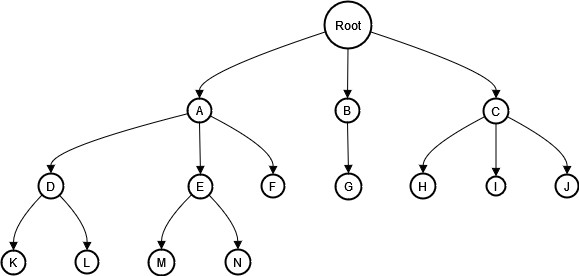
The draw.io diagram figs/trie.png in gaurav5-5/DSA-project-23, before a commit. Source tidied: cells renumbered, new cells last; positions are measured from the earlier drawing's top-left corner, leaving out a move shared by most shapes.
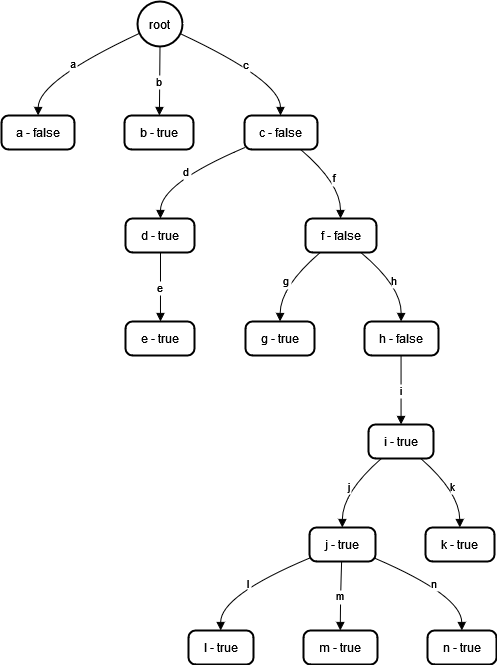
After the change.

What changed in the source:
```diff
@@ -2,130 +2,134 @@
   <root>
     <mxCell id="0" />
     <mxCell id="1" parent="0" />
-    <mxCell id="2" value="Root" style="ellipse;strokeWidth=2;whiteSpace=wrap;" parent="1" vertex="1">
-      <mxGeometry x="323" width="47" height="47" as="geometry" />
+    <mxCell id="2" value="root" style="ellipse;strokeWidth=2;whiteSpace=wrap;" parent="1" vertex="1">
+      <mxGeometry x="136" width="45" height="45" as="geometry" />
     </mxCell>
-    <mxCell id="3" value="A" style="ellipse;strokeWidth=2;whiteSpace=wrap;" parent="1" vertex="1">
-      <mxGeometry x="186" y="97" width="24" height="24" as="geometry" />
+    <mxCell id="3" value="a - false" style="rounded=1;absoluteArcSize=1;arcSize=14;whiteSpace=wrap;strokeWidth=2;" parent="1" vertex="1">
+      <mxGeometry y="114" width="73" height="34" as="geometry" />
     </mxCell>
-    <mxCell id="4" value="B" style="ellipse;strokeWidth=2;whiteSpace=wrap;" parent="1" vertex="1">
-      <mxGeometry x="334" y="97" width="24" height="24" as="geometry" />
+    <mxCell id="4" value="b - true" style="rounded=1;absoluteArcSize=1;arcSize=14;whiteSpace=wrap;strokeWidth=2;" parent="1" vertex="1">
+      <mxGeometry x="123" y="114" width="69" height="34" as="geometry" />
     </mxCell>
-    <mxCell id="5" value="C" style="ellipse;strokeWidth=2;whiteSpace=wrap;" parent="1" vertex="1">
-      <mxGeometry x="482" y="97" width="25" height="25" as="geometry" />
+    <mxCell id="5" value="c - false" style="rounded=1;absoluteArcSize=1;arcSize=14;whiteSpace=wrap;strokeWidth=2;" parent="1" vertex="1">
+      <mxGeometry x="243" y="114" width="73" height="34" as="geometry" />
     </mxCell>
-    <mxCell id="6" value="D" style="ellipse;strokeWidth=2;whiteSpace=wrap;" parent="1" vertex="1">
-      <mxGeometry x="37" y="172" width="25" height="25" as="geometry" />
+    <mxCell id="6" value="d - true" style="rounded=1;absoluteArcSize=1;arcSize=14;whiteSpace=wrap;strokeWidth=2;" parent="1" vertex="1">
+      <mxGeometry x="124" y="217" width="69" height="34" as="geometry" />
     </mxCell>
-    <mxCell id="7" value="E" style="ellipse;strokeWidth=2;whiteSpace=wrap;" parent="1" vertex="1">
-      <mxGeometry x="187" y="173" width="24" height="24" as="geometry" />
+    <mxCell id="7" value="e - true" style="rounded=1;absoluteArcSize=1;arcSize=14;whiteSpace=wrap;strokeWidth=2;" parent="1" vertex="1">
+      <mxGeometry x="124" y="320" width="69" height="34" as="geometry" />
     </mxCell>
-    <mxCell id="8" value="F" style="ellipse;strokeWidth=2;whiteSpace=wrap;" parent="1" vertex="1">
-      <mxGeometry x="260" y="173" width="23" height="23" as="geometry" />
+    <mxCell id="8" value="f - false" style="rounded=1;absoluteArcSize=1;arcSize=14;whiteSpace=wrap;strokeWidth=2;" parent="1" vertex="1">
+      <mxGeometry x="304" y="217" width="71" height="34" as="geometry" />
     </mxCell>
-    <mxCell id="9" value="G" style="ellipse;strokeWidth=2;whiteSpace=wrap;" parent="1" vertex="1">
-      <mxGeometry x="334" y="172" width="26" height="26" as="geometry" />
+    <mxCell id="9" value="g - true" style="rounded=1;absoluteArcSize=1;arcSize=14;whiteSpace=wrap;strokeWidth=2;" parent="1" vertex="1">
+      <mxGeometry x="244" y="320" width="69" height="34" as="geometry" />
     </mxCell>
-    <mxCell id="10" value="H" style="ellipse;strokeWidth=2;whiteSpace=wrap;" parent="1" vertex="1">
-      <mxGeometry x="409" y="172" width="25" height="25" as="geometry" />
+    <mxCell id="10" value="h - false" style="rounded=1;absoluteArcSize=1;arcSize=14;whiteSpace=wrap;strokeWidth=2;" parent="1" vertex="1">
+      <mxGeometry x="363" y="320" width="74" height="34" as="geometry" />
     </mxCell>
-    <mxCell id="11" value="I" style="ellipse;strokeWidth=2;whiteSpace=wrap;" parent="1" vertex="1">
-      <mxGeometry x="485" y="175" width="19" height="19" as="geometry" />
+    <mxCell id="11" value="i - true" style="rounded=1;absoluteArcSize=1;arcSize=14;whiteSpace=wrap;strokeWidth=2;" parent="1" vertex="1">
+      <mxGeometry x="367" y="423" width="65" height="34" as="geometry" />
     </mxCell>
-    <mxCell id="12" value="J" style="ellipse;strokeWidth=2;whiteSpace=wrap;" parent="1" vertex="1">
-      <mxGeometry x="554" y="173" width="23" height="23" as="geometry" />
+    <mxCell id="12" value="j - true" style="rounded=1;absoluteArcSize=1;arcSize=14;whiteSpace=wrap;strokeWidth=2;" parent="1" vertex="1">
+      <mxGeometry x="308" y="526" width="66" height="34" as="geometry" />
     </mxCell>
-    <mxCell id="13" value="K" style="ellipse;strokeWidth=2;whiteSpace=wrap;" parent="1" vertex="1">
-      <mxGeometry y="249" width="24" height="24" as="geometry" />
+    <mxCell id="13" value="k - true" style="rounded=1;absoluteArcSize=1;arcSize=14;whiteSpace=wrap;strokeWidth=2;" parent="1" vertex="1">
+      <mxGeometry x="424" y="526" width="69" height="34" as="geometry" />
     </mxCell>
-    <mxCell id="14" value="L" style="ellipse;strokeWidth=2;whiteSpace=wrap;" parent="1" vertex="1">
-      <mxGeometry x="74" y="249" width="23" height="23" as="geometry" />
+    <mxCell id="14" value="l - true" style="rounded=1;absoluteArcSize=1;arcSize=14;whiteSpace=wrap;strokeWidth=2;" parent="1" vertex="1">
+      <mxGeometry x="187" y="629" width="65" height="34" as="geometry" />
     </mxCell>
-    <mxCell id="15" value="M" style="ellipse;strokeWidth=2;whiteSpace=wrap;" parent="1" vertex="1">
-      <mxGeometry x="147" y="248" width="26" height="26" as="geometry" />
+    <mxCell id="15" value="m - true" style="rounded=1;absoluteArcSize=1;arcSize=14;whiteSpace=wrap;strokeWidth=2;" parent="1" vertex="1">
+      <mxGeometry x="302" y="629" width="74" height="34" as="geometry" />
     </mxCell>
-    <mxCell id="16" value="N" style="ellipse;strokeWidth=2;whiteSpace=wrap;" parent="1" vertex="1">
-      <mxGeometry x="224" y="248" width="25" height="25" as="geometry" />
+    <mxCell id="16" value="n - true" style="rounded=1;absoluteArcSize=1;arcSize=14;whiteSpace=wrap;strokeWidth=2;" parent="1" vertex="1">
+      <mxGeometry x="426" y="629" width="69" height="34" as="geometry" />
     </mxCell>
-    <mxCell id="17" style="curved=1;startArrow=none;endArrow=block;exitX=-0.002482282354476604;exitY=0.6666497430196042;entryX=0.5159722765286764;entryY=0.010416666666666666;" parent="1" edge="1" source="2" target="3">
+    <mxCell id="17" value="a" style="curved=1;startArrow=none;endArrow=block;exitX=-0.010185029771592882;exitY=0.730005007417817;entryX=0.5011415873488335;entryY=-0.0078431297751034;" parent="1" edge="1" source="2" target="3">
       <mxGeometry relative="1" as="geometry">
         <Array as="points">
-          <mxPoint x="198" y="72" />
+          <mxPoint x="37" y="79" />
         </Array>
       </mxGeometry>
     </mxCell>
-    <mxCell id="18" style="curved=1;startArrow=none;endArrow=block;exitX=0.4994680830772887;exitY=1.0039007308635306;entryX=0.5197916626930237;entryY=0.018402814865112305;" parent="1" edge="1" source="2" target="4">
+    <mxCell id="18" value="b" style="curved=1;startArrow=none;endArrow=block;exitX=0.4868520100911458;exitY=0.9940740797254775;entryX=0.5059179775956748;entryY=-0.0078431297751034;" parent="1" edge="1" source="2" target="4">
       <mxGeometry relative="1" as="geometry" />
     </mxCell>
-    <mxCell id="19" style="curved=1;startArrow=none;endArrow=block;exitX=1.001418448509054;exitY=0.6666404736880295;entryX=0.5030000114440918;entryY=0.0073333740234375;" parent="1" edge="1" source="2" target="5">
+    <mxCell id="19" value="c" style="curved=1;startArrow=none;endArrow=block;exitX=0.9838890499538846;exitY=0.7304699852426032;entryX=0.49303666206255353;entryY=-0.0078431297751034;" parent="1" edge="1" source="2" target="5">
       <mxGeometry relative="1" as="geometry">
         <Array as="points">
-          <mxPoint x="495" y="72" />
+          <mxPoint x="279" y="79" />
         </Array>
       </mxGeometry>
     </mxCell>
-    <mxCell id="20" style="curved=1;startArrow=none;endArrow=block;exitX=0.006944477558135986;exitY=0.6464353112016751;entryX=0.4775000190734863;entryY=0.01;" parent="1" edge="1" source="3" target="6">
+    <mxCell id="20" value="d" style="curved=1;startArrow=none;endArrow=block;exitX=-0.0047943951332405825;exitY=0.950865422107552;entryX=0.5070653721906137;entryY=-0.0078431297751034;" parent="1" edge="1" source="5" target="6">
       <mxGeometry relative="1" as="geometry">
         <Array as="points">
-          <mxPoint x="49" y="147" />
+          <mxPoint x="159" y="182" />
         </Array>
       </mxGeometry>
     </mxCell>
-    <mxCell id="21" style="curved=1;startArrow=none;endArrow=block;exitX=0.5159722765286764;exitY=1.0284722646077473;entryX=0.4743056098620097;entryY=-0.005208333333333333;" parent="1" edge="1" source="3" target="7">
+    <mxCell id="21" value="e" style="curved=1;startArrow=none;endArrow=block;exitX=0.5070653721906137;exitY=0.9921568702248966;entryX=0.5070653721906137;entryY=-0.0078431297751034;" parent="1" edge="1" source="6" target="7">
       <mxGeometry relative="1" as="geometry" />
     </mxCell>
-    <mxCell id="22" style="curved=1;startArrow=none;endArrow=block;exitX=1.0250000754992168;exitY=0.7777105535483161;entryX=0.5159420552461044;entryY=-0.0018116080242654552;" parent="1" edge="1" source="3" target="8">
+    <mxCell id="22" value="f" style="curved=1;startArrow=none;endArrow=block;exitX=0.7645377539497593;exitY=0.9921568702248966;entryX=0.4934273840675891;entryY=-0.0078431297751034;" parent="1" edge="1" source="5" target="8">
       <mxGeometry relative="1" as="geometry">
         <Array as="points">
-          <mxPoint x="272" y="147" />
+          <mxPoint x="339" y="182" />
         </Array>
       </mxGeometry>
     </mxCell>
-    <mxCell id="23" style="curved=1;startArrow=none;endArrow=block;exitX=0.5197916626930237;exitY=1.0204861164093018;entryX=0.4798076886397142;entryY=-0.009615384615384616;" parent="1" edge="1" source="4" target="9">
-      <mxGeometry relative="1" as="geometry" />
+    <mxCell id="23" value="g" style="curved=1;startArrow=none;endArrow=block;exitX=0.21201187482239447;exitY=0.9921568702248966;entryX=0.5000605652297753;entryY=-0.0078431297751034;" parent="1" edge="1" source="8" target="9">
+      <mxGeometry relative="1" as="geometry">
+        <Array as="points">
+          <mxPoint x="279" y="285" />
+        </Array>
+      </mxGeometry>
     </mxCell>
-    <mxCell id="24" style="curved=1;startArrow=none;endArrow=block;exitX=0.011666698455810547;exitY=0.7514815453248553;entryX=0.5246666526794433;entryY=-0.003000030517578125;" parent="1" edge="1" source="5" target="10">
+    <mxCell id="24" value="h" style="curved=1;startArrow=none;endArrow=block;exitX=0.7748428933127838;exitY=0.9921568702248966;entryX=0.49408796671274546;entryY=-0.0078431297751034;" parent="1" edge="1" source="8" target="10">
       <mxGeometry relative="1" as="geometry">
         <Array as="points">
-          <mxPoint x="422" y="147" />
+          <mxPoint x="400" y="285" />
         </Array>
       </mxGeometry>
     </mxCell>
-    <mxCell id="25" style="curved=1;startArrow=none;endArrow=block;exitX=0.5030000114440918;exitY=0.99;entryX=0.5039473834790682;entryY=-0.0035088187769839636;" parent="1" edge="1" source="5" target="11">
+    <mxCell id="25" value="i" style="curved=1;startArrow=none;endArrow=block;exitX=0.49408796671274546;exitY=0.9921568702248966;entryX=0.5009616851806641;entryY=-0.0078431297751034;" parent="1" edge="1" source="10" target="11">
       <mxGeometry relative="1" as="geometry" />
     </mxCell>
-    <mxCell id="26" style="curved=1;startArrow=none;endArrow=block;exitX=0.9943333244323731;exitY=0.7565230157489066;entryX=0.505072490028713;entryY=0.01485505311385445;" parent="1" edge="1" source="5" target="12">
+    <mxCell id="26" value="j" style="curved=1;startArrow=none;endArrow=block;exitX=0.20252006337035483;exitY=0.9921568702248966;entryX=0.49690671400590375;entryY=-0.0078431297751034;" parent="1" edge="1" source="11" target="12">
       <mxGeometry relative="1" as="geometry">
         <Array as="points">
-          <mxPoint x="566" y="147" />
+          <mxPoint x="341" y="491" />
         </Array>
       </mxGeometry>
     </mxCell>
-    <mxCell id="27" style="curved=1;startArrow=none;endArrow=block;exitX=-0.004703788232871773;exitY=1.0026666259765624;entryX=0.5045138994852701;entryY=-0.015277822812398275;" parent="1" edge="1" source="6" target="13">
+    <mxCell id="27" value="k" style="curved=1;startArrow=none;endArrow=block;exitX=0.7994033069909733;exitY=0.9921568702248966;entryX=0.4975242891173432;entryY=-0.0078431297751034;" parent="1" edge="1" source="11" target="13">
       <mxGeometry relative="1" as="geometry">
         <Array as="points">
-          <mxPoint x="12" y="223" />
+          <mxPoint x="458" y="491" />
         </Array>
       </mxGeometry>
     </mxCell>
-    <mxCell id="28" style="curved=1;startArrow=none;endArrow=block;exitX=0.9597038263798444;exitY=1.0026666259765624;entryX=0.5115942333055579;entryY=0.00833328910495924;" parent="1" edge="1" source="6" target="14">
+    <mxCell id="28" value="l" style="curved=1;startArrow=none;endArrow=block;exitX=-0.006376121983383641;exitY=0.9059474129541459;entryX=0.49544889009915866;entryY=-0.0078431297751034;" parent="1" edge="1" source="12" target="14">
       <mxGeometry relative="1" as="geometry">
         <Array as="points">
-          <mxPoint x="86" y="223" />
+          <mxPoint x="219" y="594" />
         </Array>
       </mxGeometry>
     </mxCell>
-    <mxCell id="29" style="curved=1;startArrow=none;endArrow=block;exitX=-0.016450741235971122;exitY=0.9767360687255859;entryX=0.5189102979806753;entryY=-0.016666705791766826;" parent="1" edge="1" source="7" target="15">
+    <mxCell id="29" value="m" style="curved=1;startArrow=none;endArrow=block;exitX=0.4867787370965142;exitY=0.9921568702248966;entryX=0.49690329061972127;entryY=-0.0078431297751034;" parent="1" edge="1" source="12" target="15">
       <mxGeometry relative="1" as="geometry">
         <Array as="points">
-          <mxPoint x="160" y="223" />
+          <mxPoint x="339" y="594" />
         </Array>
       </mxGeometry>
     </mxCell>
-    <mxCell id="30" style="curved=1;startArrow=none;endArrow=block;exitX=0.9650619609599905;exitY=0.9767360687255859;entryX=0.49100006103515625;entryY=0.005333290100097656;" parent="1" edge="1" source="7" target="16">
+    <mxCell id="30" value="n" style="curved=1;startArrow=none;endArrow=block;exitX=1.0001895499951912;exitY=0.9129847634749407;entryX=0.49788660242937616;entryY=-0.0078431297751034;" parent="1" edge="1" source="12" target="16">
       <mxGeometry relative="1" as="geometry">
         <Array as="points">
-          <mxPoint x="236" y="223" />
+          <mxPoint x="460" y="594" />
         </Array>
       </mxGeometry>
     </mxCell>
```
